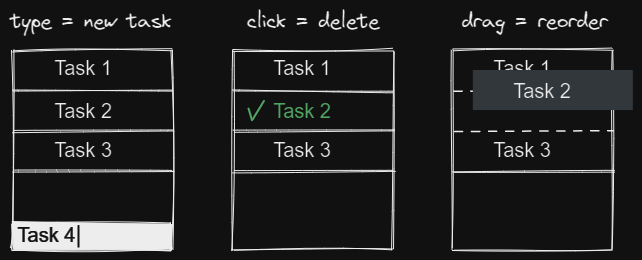
This is usage.png from inwardmovement/todo, a Excalidraw export, as it was before one commit. Source tidied: one line per element, renumbered; positions are measured from the earlier drawing's top-left corner, leaving out a move shared by most shapes. Its diagram source:
```json
{"id": 0, "type": "line", "strokeColor": "#000000", "backgroundColor": "#ced4da", "fillStyle": "solid", "strokeWidth": 1, "strokeStyle": "dashed", "roughness": 1, "x": 444, "y": 81, "width": 160, "height": 0, "points": [[0, 0], [160, 0]]}
{"id": 1, "type": "text", "text": "Task 1", "strokeColor": "#000000", "backgroundColor": "#ced4da", "fillStyle": "solid", "strokeWidth": 1, "roughness": 1, "fontSize": 20, "fontFamily": 2, "x": 483, "y": 47, "width": 57, "height": 24}
{"id": 2, "type": "rectangle", "strokeColor": "#000000", "backgroundColor": "#000000", "fillStyle": "solid", "strokeWidth": 1, "roughness": 1, "x": 2, "y": 213, "width": 158, "height": 27}
{"id": 3, "type": "text", "text": "Task 4", "strokeColor": "#fff", "backgroundColor": "#ced4da", "fillStyle": "solid", "strokeWidth": 1, "roughness": 1, "fontSize": 20, "fontFamily": 2, "x": 8, "y": 214, "width": 57, "height": 24}
{"id": 4, "type": "text", "text": "click = delete", "strokeColor": "#000000", "backgroundColor": "#ced4da", "fillStyle": "solid", "strokeWidth": 1, "strokeStyle": "dashed", "roughness": 1, "fontSize": 20, "fontFamily": 1, "x": 237, "y": 0, "width": 133, "height": 25}
{"id": 5, "type": "rectangle", "strokeColor": "#000000", "strokeWidth": 1, "roughness": 1, "x": 223, "y": 40, "width": 160, "height": 200}
{"id": 6, "type": "text", "text": "Task 1", "strokeColor": "#000000", "backgroundColor": "#ced4da", "fillStyle": "solid", "strokeWidth": 1, "roughness": 1, "fontSize": 20, "fontFamily": 2, "x": 263, "y": 47, "width": 57, "height": 24}
{"id": 7, "type": "line", "strokeColor": "#000000", "backgroundColor": "#ced4da", "fillStyle": "solid", "strokeWidth": 1, "roughness": 1, "x": 223, "y": 81, "width": 160, "height": 0, "points": [[0, 0], [160, 0]]}
{"id": 8, "type": "text", "text": "Task 2", "strokeColor": "#2b8a3e", "backgroundColor": "#ced4da", "fillStyle": "solid", "strokeWidth": 1, "roughness": 1, "fontSize": 20, "fontFamily": 2, "x": 263, "y": 90, "width": 57, "height": 24}
{"id": 9, "type": "line", "strokeColor": "#000000", "backgroundColor": "#ced4da", "fillStyle": "solid", "strokeWidth": 1, "roughness": 1, "x": 224, "y": 121, "width": 160, "height": 0, "points": [[0, 0], [160, 0]]}
{"id": 10, "type": "text", "text": "Task 3", "strokeColor": "#000000", "backgroundColor": "#ced4da", "fillStyle": "solid", "strokeWidth": 1, "roughness": 1, "fontSize": 20, "fontFamily": 2, "x": 263, "y": 129, "width": 57, "height": 24}
{"id": 11, "type": "line", "strokeColor": "#000000", "backgroundColor": "#ced4da", "fillStyle": "solid", "strokeWidth": 1, "roughness": 1, "x": 224, "y": 161, "width": 160, "height": 0, "points": [[0, 0], [160, 0]]}
{"id": 12, "type": "line", "strokeColor": "#2b8a3e", "backgroundColor": "#ced4da", "fillStyle": "solid", "strokeWidth": 2, "roughness": 0, "x": 239, "y": 99, "width": 15, "height": 19, "points": [[0, 0], [4, 12], [15, -8]]}
{"id": 13, "type": "rectangle", "strokeColor": "#000000", "strokeWidth": 1, "roughness": 1, "x": 2, "y": 40, "width": 160, "height": 200}
{"id": 14, "type": "text", "text": "Task 1", "strokeColor": "#000000", "backgroundColor": "#ced4da", "fillStyle": "solid", "strokeWidth": 1, "roughness": 1, "fontSize": 20, "fontFamily": 2, "x": 44, "y": 47, "width": 57, "height": 24}
{"id": 15, "type": "line", "strokeColor": "#000000", "backgroundColor": "#ced4da", "fillStyle": "solid", "strokeWidth": 1, "roughness": 1, "x": 3, "y": 81, "width": 160, "height": 0, "points": [[0, 0], [160, 0]]}
{"id": 16, "type": "line", "strokeColor": "#000000", "backgroundColor": "#ced4da", "fillStyle": "solid", "strokeWidth": 1, "roughness": 1, "x": 3, "y": 121, "width": 160, "height": 0, "points": [[0, 0], [160, 0]]}
{"id": 17, "type": "text", "text": "Task 3", "strokeColor": "#000000", "backgroundColor": "#ced4da", "fillStyle": "solid", "strokeWidth": 1, "roughness": 1, "fontSize": 20, "fontFamily": 2, "x": 44, "y": 129, "width": 57, "height": 24}
{"id": 18, "type": "line", "strokeColor": "#000000", "backgroundColor": "#ced4da", "fillStyle": "solid", "strokeWidth": 1, "roughness": 1, "x": 3, "y": 161, "width": 160, "height": 0, "points": [[0, 0], [160, 0]]}
{"id": 19, "type": "text", "text": "type = new task", "strokeColor": "#000000", "backgroundColor": "#ced4da", "fillStyle": "solid", "strokeWidth": 1, "strokeStyle": "dashed", "roughness": 1, "fontSize": 20, "fontFamily": 1, "x": 0, "y": 0, "width": 162, "height": 25}
{"id": 20, "type": "line", "strokeColor": "#fff", "backgroundColor": "#000000", "fillStyle": "solid", "strokeWidth": 2, "roughness": 0, "x": 68, "y": 216, "width": 0, "height": 20, "points": [[0, 0], [0, 20]]}
{"id": 21, "type": "text", "text": "Task 2", "strokeColor": "#000000", "backgroundColor": "#ced4da", "fillStyle": "solid", "strokeWidth": 1, "roughness": 1, "fontSize": 20, "fontFamily": 2, "x": 44, "y": 90, "width": 57, "height": 24}
{"id": 22, "type": "text", "text": "drag = reorder", "strokeColor": "#000000", "backgroundColor": "#ced4da", "fillStyle": "solid", "strokeWidth": 1, "strokeStyle": "dashed", "roughness": 1, "fontSize": 20, "fontFamily": 1, "x": 452, "y": 0, "width": 145, "height": 25}
{"id": 23, "type": "rectangle", "strokeColor": "#000000", "strokeWidth": 1, "roughness": 1, "x": 443, "y": 40, "width": 160, "height": 200}
{"id": 24, "type": "rectangle", "strokeColor": "transparent", "backgroundColor": "#ced4da", "fillStyle": "solid", "strokeWidth": 1, "roughness": 0, "x": 463, "y": 60, "width": 160, "height": 40}
{"id": 25, "type": "text", "text": "Task 2", "strokeColor": "#000000", "backgroundColor": "#ced4da", "fillStyle": "solid", "strokeWidth": 1, "roughness": 1, "fontSize": 20, "fontFamily": 2, "x": 503, "y": 70, "width": 57, "height": 24}
{"id": 26, "type": "text", "text": "Task 3", "strokeColor": "#000000", "backgroundColor": "#ced4da", "fillStyle": "solid", "strokeWidth": 1, "roughness": 1, "fontSize": 20, "fontFamily": 2, "x": 483, "y": 129, "width": 57, "height": 24}
{"id": 27, "type": "line", "strokeColor": "#000000", "backgroundColor": "#ced4da", "fillStyle": "solid", "strokeWidth": 1, "roughness": 1, "x": 444, "y": 161, "width": 160, "height": 0, "points": [[0, 0], [160, 0]]}
{"id": 28, "type": "line", "strokeColor": "#000000", "backgroundColor": "#ced4da", "fillStyle": "solid", "strokeWidth": 1, "strokeStyle": "dashed", "roughness": 1, "x": 444, "y": 121, "width": 160, "height": 0, "points": [[0, 0], [160, 0]]}
```
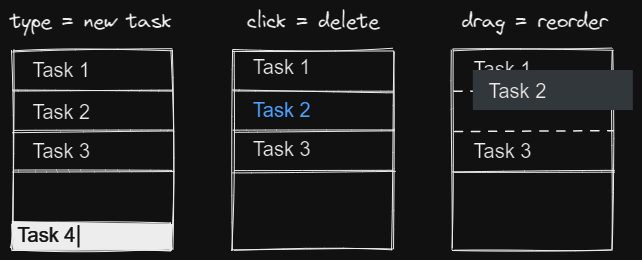
After the change.

Change to the diagram source:
```diff
@@ -1,29 +1,28 @@
 {"id": 0, "type": "line", "strokeColor": "#000000", "backgroundColor": "#ced4da", "fillStyle": "solid", "strokeWidth": 1, "strokeStyle": "dashed", "roughness": 1, "x": 444, "y": 81, "width": 160, "height": 0, "points": [[0, 0], [160, 0]]}
-{"id": 1, "type": "text", "text": "Task 1", "strokeColor": "#000000", "backgroundColor": "#ced4da", "fillStyle": "solid", "strokeWidth": 1, "roughness": 1, "fontSize": 20, "fontFamily": 2, "x": 483, "y": 47, "width": 57, "height": 24}
+{"id": 1, "type": "text", "text": "Task 1", "strokeColor": "#000000", "backgroundColor": "#ced4da", "fillStyle": "solid", "strokeWidth": 1, "roughness": 1, "fontSize": 20, "fontFamily": 2, "x": 464, "y": 48, "width": 57, "height": 24}
 {"id": 2, "type": "rectangle", "strokeColor": "#000000", "backgroundColor": "#000000", "fillStyle": "solid", "strokeWidth": 1, "roughness": 1, "x": 2, "y": 213, "width": 158, "height": 27}
 {"id": 3, "type": "text", "text": "Task 4", "strokeColor": "#fff", "backgroundColor": "#ced4da", "fillStyle": "solid", "strokeWidth": 1, "roughness": 1, "fontSize": 20, "fontFamily": 2, "x": 8, "y": 214, "width": 57, "height": 24}
 {"id": 4, "type": "text", "text": "click = delete", "strokeColor": "#000000", "backgroundColor": "#ced4da", "fillStyle": "solid", "strokeWidth": 1, "strokeStyle": "dashed", "roughness": 1, "fontSize": 20, "fontFamily": 1, "x": 237, "y": 0, "width": 133, "height": 25}
 {"id": 5, "type": "rectangle", "strokeColor": "#000000", "strokeWidth": 1, "roughness": 1, "x": 223, "y": 40, "width": 160, "height": 200}
-{"id": 6, "type": "text", "text": "Task 1", "strokeColor": "#000000", "backgroundColor": "#ced4da", "fillStyle": "solid", "strokeWidth": 1, "roughness": 1, "fontSize": 20, "fontFamily": 2, "x": 263, "y": 47, "width": 57, "height": 24}
+{"id": 6, "type": "text", "text": "Task 1", "strokeColor": "#000000", "backgroundColor": "#ced4da", "fillStyle": "solid", "strokeWidth": 1, "roughness": 1, "fontSize": 20, "fontFamily": 2, "x": 243, "y": 46, "width": 57, "height": 24}
 {"id": 7, "type": "line", "strokeColor": "#000000", "backgroundColor": "#ced4da", "fillStyle": "solid", "strokeWidth": 1, "roughness": 1, "x": 223, "y": 81, "width": 160, "height": 0, "points": [[0, 0], [160, 0]]}
-{"id": 8, "type": "text", "text": "Task 2", "strokeColor": "#2b8a3e", "backgroundColor": "#ced4da", "fillStyle": "solid", "strokeWidth": 1, "roughness": 1, "fontSize": 20, "fontFamily": 2, "x": 263, "y": 90, "width": 57, "height": 24}
+{"id": 8, "type": "text", "text": "Task 2", "strokeColor": "#0d6efd", "backgroundColor": "#ced4da", "fillStyle": "solid", "strokeWidth": 1, "roughness": 1, "fontSize": 20, "fontFamily": 2, "x": 243, "y": 89, "width": 57, "height": 24}
 {"id": 9, "type": "line", "strokeColor": "#000000", "backgroundColor": "#ced4da", "fillStyle": "solid", "strokeWidth": 1, "roughness": 1, "x": 224, "y": 121, "width": 160, "height": 0, "points": [[0, 0], [160, 0]]}
-{"id": 10, "type": "text", "text": "Task 3", "strokeColor": "#000000", "backgroundColor": "#ced4da", "fillStyle": "solid", "strokeWidth": 1, "roughness": 1, "fontSize": 20, "fontFamily": 2, "x": 263, "y": 129, "width": 57, "height": 24}
+{"id": 10, "type": "text", "text": "Task 3", "strokeColor": "#000000", "backgroundColor": "#ced4da", "fillStyle": "solid", "strokeWidth": 1, "roughness": 1, "fontSize": 20, "fontFamily": 2, "x": 243, "y": 128, "width": 57, "height": 24}
 {"id": 11, "type": "line", "strokeColor": "#000000", "backgroundColor": "#ced4da", "fillStyle": "solid", "strokeWidth": 1, "roughness": 1, "x": 224, "y": 161, "width": 160, "height": 0, "points": [[0, 0], [160, 0]]}
-{"id": 12, "type": "line", "strokeColor": "#2b8a3e", "backgroundColor": "#ced4da", "fillStyle": "solid", "strokeWidth": 2, "roughness": 0, "x": 239, "y": 99, "width": 15, "height": 19, "points": [[0, 0], [4, 12], [15, -8]]}
 {"id": 13, "type": "rectangle", "strokeColor": "#000000", "strokeWidth": 1, "roughness": 1, "x": 2, "y": 40, "width": 160, "height": 200}
-{"id": 14, "type": "text", "text": "Task 1", "strokeColor": "#000000", "backgroundColor": "#ced4da", "fillStyle": "solid", "strokeWidth": 1, "roughness": 1, "fontSize": 20, "fontFamily": 2, "x": 44, "y": 47, "width": 57, "height": 24}
+{"id": 14, "type": "text", "text": "Task 1", "strokeColor": "#000000", "backgroundColor": "#ced4da", "fillStyle": "solid", "strokeWidth": 1, "roughness": 1, "fontSize": 20, "fontFamily": 2, "x": 22, "y": 49, "width": 57, "height": 24}
 {"id": 15, "type": "line", "strokeColor": "#000000", "backgroundColor": "#ced4da", "fillStyle": "solid", "strokeWidth": 1, "roughness": 1, "x": 3, "y": 81, "width": 160, "height": 0, "points": [[0, 0], [160, 0]]}
 {"id": 16, "type": "line", "strokeColor": "#000000", "backgroundColor": "#ced4da", "fillStyle": "solid", "strokeWidth": 1, "roughness": 1, "x": 3, "y": 121, "width": 160, "height": 0, "points": [[0, 0], [160, 0]]}
-{"id": 17, "type": "text", "text": "Task 3", "strokeColor": "#000000", "backgroundColor": "#ced4da", "fillStyle": "solid", "strokeWidth": 1, "roughness": 1, "fontSize": 20, "fontFamily": 2, "x": 44, "y": 129, "width": 57, "height": 24}
+{"id": 17, "type": "text", "text": "Task 3", "strokeColor": "#000000", "backgroundColor": "#ced4da", "fillStyle": "solid", "strokeWidth": 1, "roughness": 1, "fontSize": 20, "fontFamily": 2, "x": 22, "y": 130, "width": 57, "height": 24}
 {"id": 18, "type": "line", "strokeColor": "#000000", "backgroundColor": "#ced4da", "fillStyle": "solid", "strokeWidth": 1, "roughness": 1, "x": 3, "y": 161, "width": 160, "height": 0, "points": [[0, 0], [160, 0]]}
 {"id": 19, "type": "text", "text": "type = new task", "strokeColor": "#000000", "backgroundColor": "#ced4da", "fillStyle": "solid", "strokeWidth": 1, "strokeStyle": "dashed", "roughness": 1, "fontSize": 20, "fontFamily": 1, "x": 0, "y": 0, "width": 162, "height": 25}
 {"id": 20, "type": "line", "strokeColor": "#fff", "backgroundColor": "#000000", "fillStyle": "solid", "strokeWidth": 2, "roughness": 0, "x": 68, "y": 216, "width": 0, "height": 20, "points": [[0, 0], [0, 20]]}
-{"id": 21, "type": "text", "text": "Task 2", "strokeColor": "#000000", "backgroundColor": "#ced4da", "fillStyle": "solid", "strokeWidth": 1, "roughness": 1, "fontSize": 20, "fontFamily": 2, "x": 44, "y": 90, "width": 57, "height": 24}
+{"id": 21, "type": "text", "text": "Task 2", "strokeColor": "#000000", "backgroundColor": "#ced4da", "fillStyle": "solid", "strokeWidth": 1, "roughness": 1, "fontSize": 20, "fontFamily": 2, "x": 22, "y": 91, "width": 57, "height": 24}
 {"id": 22, "type": "text", "text": "drag = reorder", "strokeColor": "#000000", "backgroundColor": "#ced4da", "fillStyle": "solid", "strokeWidth": 1, "strokeStyle": "dashed", "roughness": 1, "fontSize": 20, "fontFamily": 1, "x": 452, "y": 0, "width": 145, "height": 25}
 {"id": 23, "type": "rectangle", "strokeColor": "#000000", "strokeWidth": 1, "roughness": 1, "x": 443, "y": 40, "width": 160, "height": 200}
 {"id": 24, "type": "rectangle", "strokeColor": "transparent", "backgroundColor": "#ced4da", "fillStyle": "solid", "strokeWidth": 1, "roughness": 0, "x": 463, "y": 60, "width": 160, "height": 40}
-{"id": 25, "type": "text", "text": "Task 2", "strokeColor": "#000000", "backgroundColor": "#ced4da", "fillStyle": "solid", "strokeWidth": 1, "roughness": 1, "fontSize": 20, "fontFamily": 2, "x": 503, "y": 70, "width": 57, "height": 24}
+{"id": 25, "type": "text", "text": "Task 2", "strokeColor": "#000000", "backgroundColor": "#ced4da", "fillStyle": "solid", "strokeWidth": 1, "roughness": 1, "fontSize": 20, "fontFamily": 2, "x": 478, "y": 70, "width": 57, "height": 24}
-{"id": 26, "type": "text", "text": "Task 3", "strokeColor": "#000000", "backgroundColor": "#ced4da", "fillStyle": "solid", "strokeWidth": 1, "roughness": 1, "fontSize": 20, "fontFamily": 2, "x": 483, "y": 129, "width": 57, "height": 24}
+{"id": 26, "type": "text", "text": "Task 3", "strokeColor": "#000000", "backgroundColor": "#ced4da", "fillStyle": "solid", "strokeWidth": 1, "roughness": 1, "fontSize": 20, "fontFamily": 2, "x": 464, "y": 130, "width": 57, "height": 24}
 {"id": 27, "type": "line", "strokeColor": "#000000", "backgroundColor": "#ced4da", "fillStyle": "solid", "strokeWidth": 1, "roughness": 1, "x": 444, "y": 161, "width": 160, "height": 0, "points": [[0, 0], [160, 0]]}
 {"id": 28, "type": "line", "strokeColor": "#000000", "backgroundColor": "#ced4da", "fillStyle": "solid", "strokeWidth": 1, "strokeStyle": "dashed", "roughness": 1, "x": 444, "y": 121, "width": 160, "height": 0, "points": [[0, 0], [160, 0]]}
```
